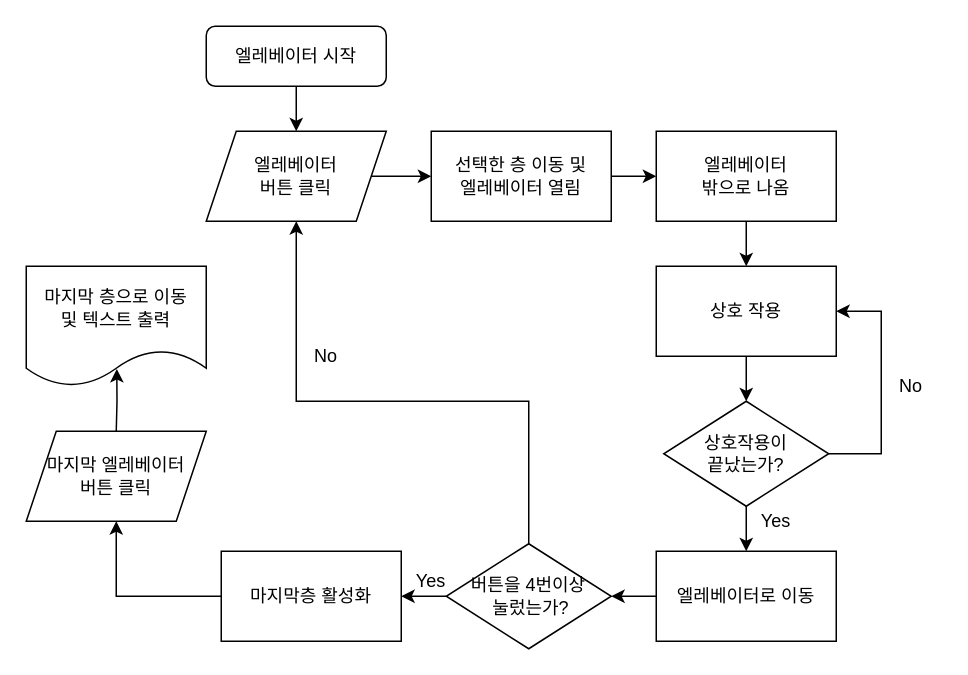
This is Assets/Untitled Diagram.drawio from gusdn6763/108, a draw.io file, before an edit. Source tidied: cells renumbered, new cells numbered last; positions are measured from the earlier drawing's top-left corner, leaving out a move shared by most shapes. Both pictures are drawn from the tidied source at 150%, with x=0, y=0 at pixel (26, 26).
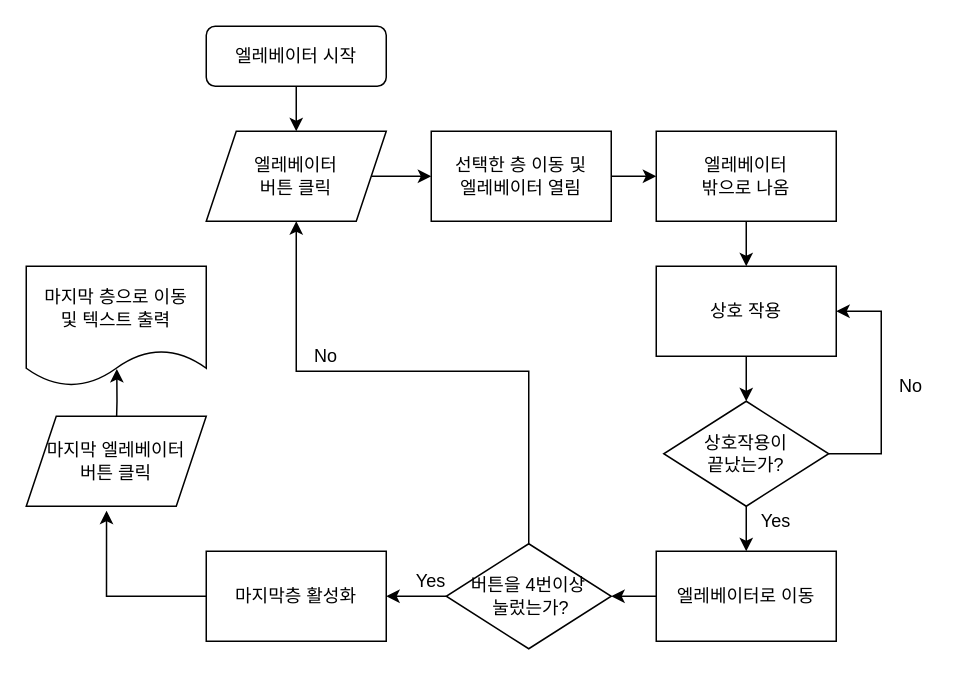
Above is the later version.

Unchanged cells that the change refers to:
```xml
<mxCell id="19" value="버튼을 4번이상&lt;br&gt;&amp;nbsp;눌렀는가?" style="rhombus;whiteSpace=wrap;html=1;" parent="1" vertex="1">
  <mxGeometry x="280" y="345" width="110" height="70" as="geometry" />
</mxCell>
```

The edit, as a diff of the source:
```diff
@@
     <mxCell id="18" style="edgeStyle=orthogonalEdgeStyle;rounded=0;jettySize=auto;html=1;exitX=0.5;exitY=0;exitDx=0;exitDy=0;" parent="1" edge="1" source="19">
       <mxGeometry relative="1" as="geometry">
         <mxPoint x="180" y="130" as="targetPoint" />
         <Array as="points">
-          <mxPoint x="335" y="250" />
-          <mxPoint x="180" y="250" />
+          <mxPoint x="335" y="230" />
+          <mxPoint x="180" y="230" />
         </Array>
       </mxGeometry>
     </mxCell>
@@
-    <mxCell id="22" style="edgeStyle=orthogonalEdgeStyle;rounded=0;jettySize=auto;html=1;entryX=0.5;entryY=1;entryDx=0;entryDy=0;" parent="1" edge="1" source="23" target="28">
-      <mxGeometry relative="1" as="geometry" />
+    <mxCell id="22" style="edgeStyle=orthogonalEdgeStyle;rounded=0;jettySize=auto;html=1;entryX=0.446;entryY=1.049;entryDx=0;entryDy=0;entryPerimeter=0;" parent="1" edge="1" source="23" target="28">
+      <mxGeometry relative="1" as="geometry">
+        <Array as="points">
+          <mxPoint x="53" y="380" />
+        </Array>
+      </mxGeometry>
     </mxCell>
     <mxCell id="23" value="마지막층 활성화" style="rounded=0;whiteSpace=wrap;html=1;" parent="1" vertex="1">
-      <mxGeometry x="130" y="350" width="120" height="60" as="geometry" />
+      <mxGeometry x="120" y="350" width="120" height="60" as="geometry" />
     </mxCell>
@@
     <mxCell id="28" value="마지막 엘레베이터 &lt;br&gt;버튼 클릭" style="shape=parallelogram;perimeter=parallelogramPerimeter;whiteSpace=wrap;html=1;fixedSize=1;" parent="1" vertex="1">
-      <mxGeometry y="270" width="120" height="60" as="geometry" />
+      <mxGeometry y="260" width="120" height="60" as="geometry" />
     </mxCell>
```
